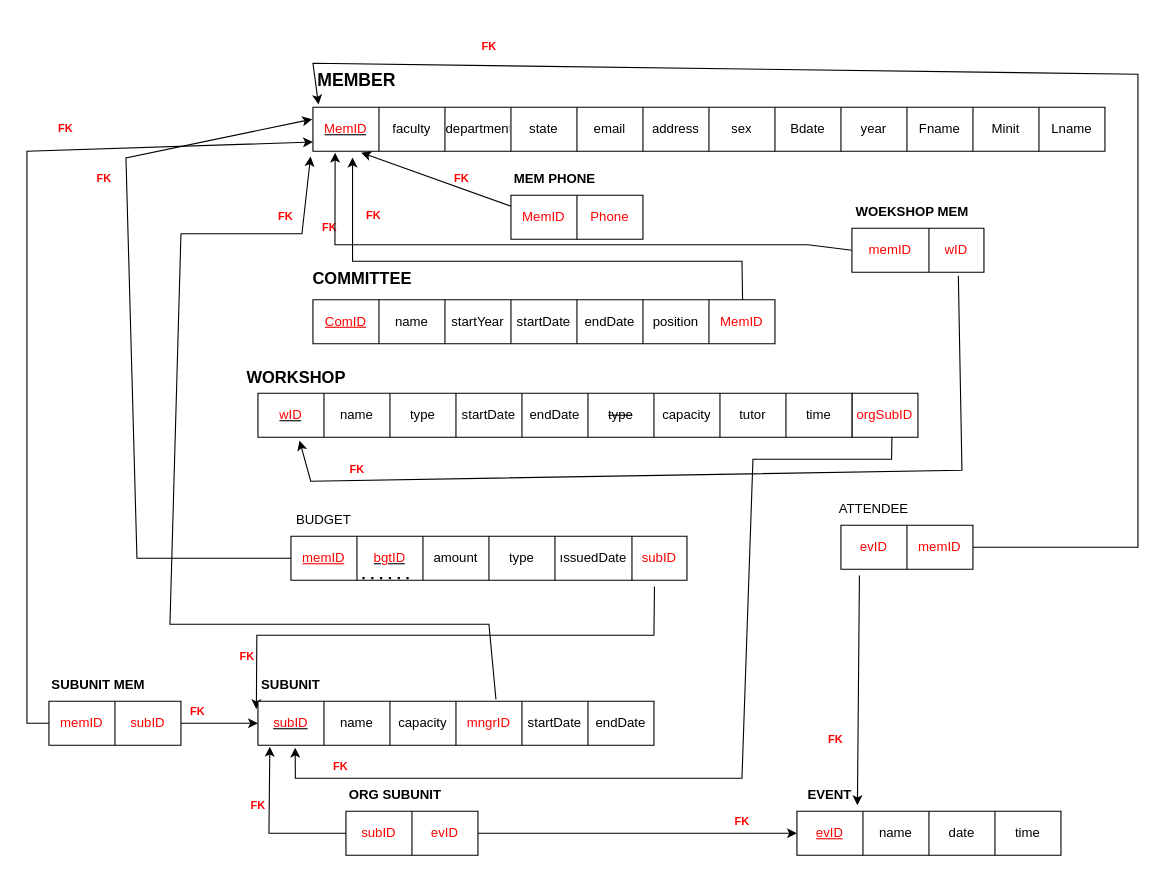
The draw.io diagram Diagrams/Untitled Diagram.drawio in RadwanH/University-Club-Membership, before the edit. Source tidied: cells renumbered, new cells numbered last; positions are measured from the earlier drawing's top-left corner, leaving out a move shared by most shapes. Both pictures are drawn from the tidied source at 110%, with x=0, y=0 at pixel (26, 19).
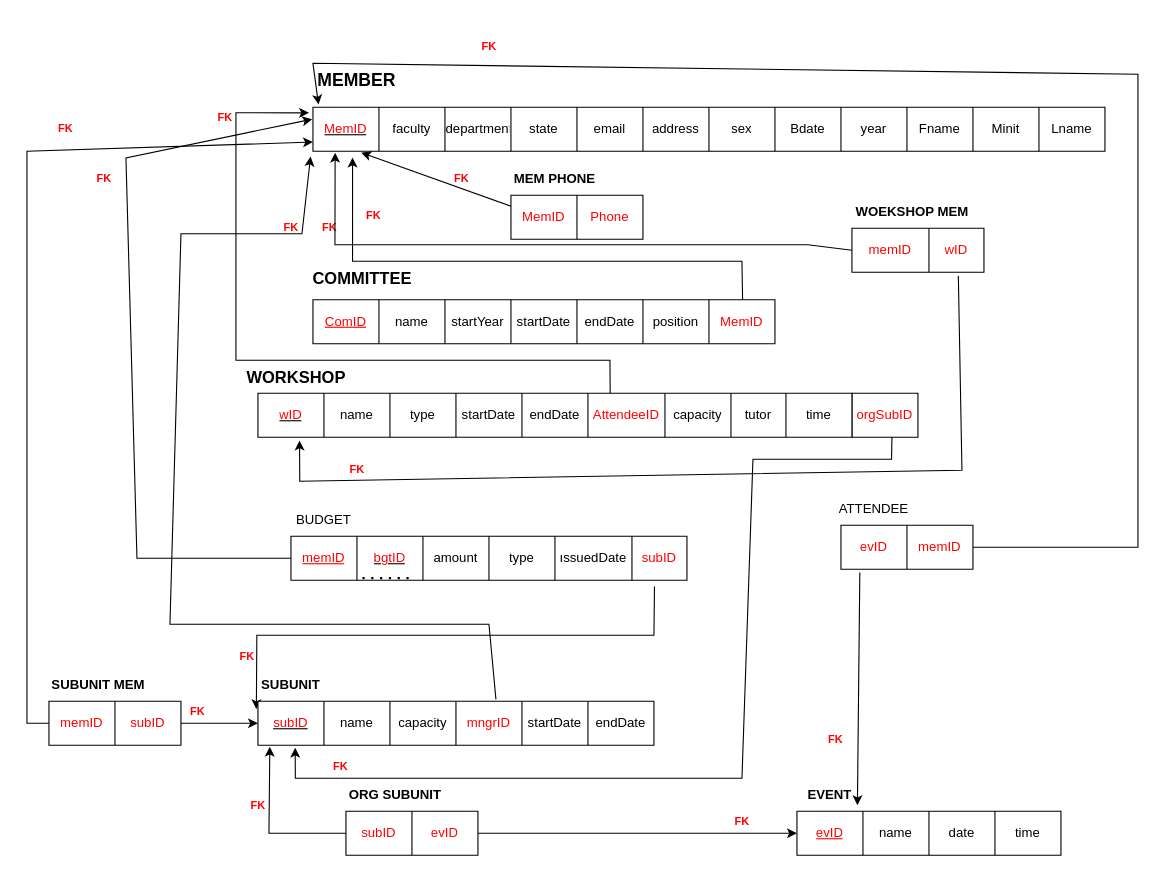
After the change.

Commit message (it also covers changes not shown here):
Update Schema Diagram

Unchanged cells that the change refers to:
```xml
<mxCell id="3" style="shape=tableRow;horizontal=0;startSize=0;swimlaneHead=0;swimlaneBody=0;top=0;left=0;bottom=0;right=0;fillColor=none;points=[[0,0.5],[1,0.5]];portConstraint=eastwest;fontColor=#000000;" parent="2" vertex="1">
  <mxGeometry width="120" height="40" as="geometry" />
</mxCell>
<mxCell id="36" style="shape=tableRow;horizontal=0;startSize=0;swimlaneHead=0;swimlaneBody=0;top=0;left=0;bottom=0;right=0;fillColor=none;points=[[0,0.5],[1,0.5]];portConstraint=eastwest;" parent="35" vertex="1">
  <mxGeometry width="720" height="40" as="geometry" />
</mxCell>
<mxCell id="55" style="shape=tableRow;horizontal=0;startSize=0;swimlaneHead=0;swimlaneBody=0;top=0;left=0;bottom=0;right=0;fillColor=none;points=[[0,0.5],[1,0.5]];portConstraint=eastwest;fontColor=#000000;" parent="54" vertex="1">
  <mxGeometry width="120" height="40" as="geometry" />
</mxCell>
<mxCell id="64" style="shape=tableRow;horizontal=0;startSize=0;swimlaneHead=0;swimlaneBody=0;top=0;left=0;bottom=0;right=0;fillColor=none;points=[[0,0.5],[1,0.5]];portConstraint=eastwest;fontColor=#000000;" parent="63" vertex="1">
  <mxGeometry width="540" height="40" as="geometry" />
</mxCell>
<mxCell id="103" style="shape=tableRow;horizontal=0;startSize=0;swimlaneHead=0;swimlaneBody=0;top=0;left=0;bottom=0;right=0;fillColor=none;points=[[0,0.5],[1,0.5]];portConstraint=eastwest;fontColor=#000000;" parent="102" vertex="1">
  <mxGeometry width="240" height="40" as="geometry" />
</mxCell>
<mxCell id="123" style="group;" parent="1" vertex="1">
  <mxGeometry x="720" y="630" width="30" height="40" as="geometry" />
</mxCell>
```

What changed in the source:
```diff
@@
     <mxCell id="9" value="&lt;font style=&quot;font-size: 10px&quot;&gt;FK&lt;/font&gt;" style="text;strokeColor=none;fillColor=none;html=1;fontSize=24;fontStyle=1;verticalAlign=middle;align=center;fontColor=#FF0000;" parent="1" vertex="1">
-      <mxGeometry x="220" y="155" width="30" height="40" as="geometry" />
+      <mxGeometry x="230" y="180" width="20" height="10" as="geometry" />
     </mxCell>
@@
     <mxCell id="22" style="endArrow=classic;html=1;rounded=0;fontSize=9;exitX=0.806;exitY=1.082;exitDx=0;exitDy=0;exitPerimeter=0;entryX=0.07;entryY=1.076;entryDx=0;entryDy=0;entryPerimeter=0;" parent="1" edge="1" source="55" target="64">
       <mxGeometry relative="1" as="geometry">
         <Array as="points">
           <mxPoint x="850" y="410" />
-          <mxPoint x="258" y="420" />
+          <mxPoint x="248" y="420" />
         </Array>
       </mxGeometry>
     </mxCell>
@@
-    <mxCell id="59" style="group;" parent="1" vertex="1">
+    <mxCell id="59" style="group;fontColor=#FF0000;" parent="1" vertex="1">
       <mxGeometry x="210" y="340" width="600" height="40" as="geometry" />
     </mxCell>
@@
-    <mxCell id="70" value="&lt;strike&gt;type&lt;/strike&gt;" style="shape=partialRectangle;html=1;whiteSpace=wrap;overflow=hidden;fillColor=none;top=0;left=0;bottom=0;right=0;fontColor=#000000;" parent="64" vertex="1">
-      <mxGeometry x="300" width="60" height="40" as="geometry" />
+    <mxCell id="70" value="&lt;font color=&quot;#ff0000&quot;&gt;AttendeeID&lt;/font&gt;" style="shape=partialRectangle;html=1;whiteSpace=wrap;overflow=hidden;fillColor=none;top=0;left=0;bottom=0;right=0;fontColor=#000000;" parent="64" vertex="1">
+      <mxGeometry x="300" width="70" height="40" as="geometry" />
     </mxCell>
     <mxCell id="71" value="capacity" style="shape=partialRectangle;html=1;whiteSpace=wrap;overflow=hidden;fillColor=none;top=0;left=0;bottom=0;right=0;fontColor=#000000;" parent="64" vertex="1">
-      <mxGeometry x="360" width="60" height="40" as="geometry" />
+      <mxGeometry x="370" width="60" height="40" as="geometry" />
     </mxCell>
     <mxCell id="72" value="tutor" style="shape=partialRectangle;html=1;whiteSpace=wrap;overflow=hidden;fillColor=none;top=0;left=0;bottom=0;right=0;fontColor=#000000;" parent="64" vertex="1">
-      <mxGeometry x="420" width="60" height="40" as="geometry" />
+      <mxGeometry x="430" width="50" height="40" as="geometry" />
     </mxCell>
@@
-    <mxCell id="124" style="endArrow=classic;html=1;rounded=0;fontSize=10;fontColor=#FF0000;exitX=0.14;exitY=1.143;exitDx=0;exitDy=0;exitPerimeter=0;entryX=0.229;entryY=-0.137;entryDx=0;entryDy=0;entryPerimeter=0;" parent="123" edge="1" source="3" target="103">
+    <mxCell id="124" style="endArrow=classic;html=1;rounded=0;fontSize=10;fontColor=#FF0000;exitX=0.143;exitY=1.074;exitDx=0;exitDy=0;exitPerimeter=0;entryX=0.229;entryY=-0.137;entryDx=0;entryDy=0;entryPerimeter=0;" parent="123" edge="1" source="3" target="103">
       <mxGeometry relative="1" as="geometry" />
     </mxCell>
@@
+    <mxCell id="132" style="endArrow=classic;html=1;rounded=0;fontSize=12;fontColor=#FF0000;exitX=0.593;exitY=0;exitDx=0;exitDy=0;exitPerimeter=0;entryX=-0.005;entryY=0.127;entryDx=0;entryDy=0;entryPerimeter=0;" parent="1" edge="1" source="64" target="36">
+      <mxGeometry relative="1" as="geometry">
+        <Array as="points">
+          <mxPoint x="530" y="310" />
+          <mxPoint x="190" y="310" />
+          <mxPoint x="190" y="85" />
+        </Array>
+      </mxGeometry>
+    </mxCell>
+    <mxCell id="133" value="&lt;font style=&quot;font-size: 10px&quot;&gt;FK&lt;/font&gt;" style="text;strokeColor=none;fillColor=none;html=1;fontSize=24;fontStyle=1;verticalAlign=middle;align=center;fontColor=#FF0000;" parent="1" vertex="1">
+      <mxGeometry x="170" y="80" width="20" height="10" as="geometry" />
+    </mxCell>
```
